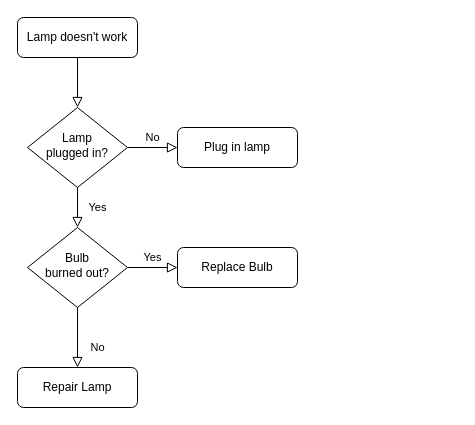
Earlier version of the draw.io diagram 第一个流程图.drawio (YeJiaL/draw.io). Source tidied: cells renumbered, new cells numbered last; positions are measured from the earlier drawing's top-left corner, leaving out a move shared by most shapes. Both pictures are drawn from the tidied source at 100%, with x=0, y=0 at pixel (17, 17).
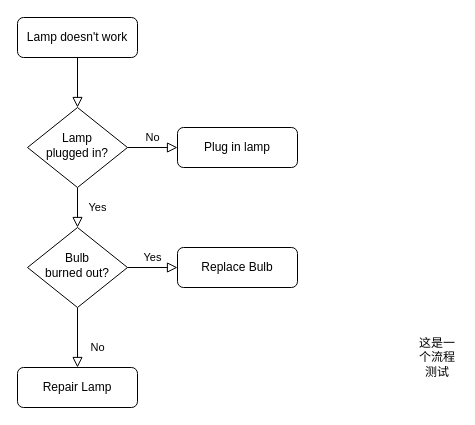
Above is the later version.

Commit message:
更新第一个流程图.drawio

Diff of the diagram source:
```diff
@@
 <mxGraphModel>
   <root>
     <mxCell id="0" />
     <mxCell id="1" parent="0" />
     <mxCell id="2" style="rounded=0;html=1;jettySize=auto;fontSize=11;endArrow=block;endFill=0;endSize=8;strokeWidth=1;shadow=0;labelBackgroundColor=none;edgeStyle=orthogonalEdgeStyle;" parent="1" edge="1" source="3" target="6">
       <mxGeometry relative="1" as="geometry" />
     </mxCell>
     <mxCell id="3" value="Lamp doesn't work" style="rounded=1;whiteSpace=wrap;html=1;fontSize=12;glass=0;strokeWidth=1;shadow=0;" parent="1" vertex="1">
       <mxGeometry width="120" height="40" as="geometry" />
     </mxCell>
     <mxCell id="4" value="Yes" style="rounded=0;html=1;jettySize=auto;fontSize=11;endArrow=block;endFill=0;endSize=8;strokeWidth=1;shadow=0;labelBackgroundColor=none;edgeStyle=orthogonalEdgeStyle;" parent="1" edge="1" source="6" target="10">
       <mxGeometry y="20" relative="1" as="geometry" />
     </mxCell>
     <mxCell id="5" value="No" style="edgeStyle=orthogonalEdgeStyle;rounded=0;html=1;jettySize=auto;fontSize=11;endArrow=block;endFill=0;endSize=8;strokeWidth=1;shadow=0;labelBackgroundColor=none;" parent="1" edge="1" source="6" target="7">
       <mxGeometry y="10" relative="1" as="geometry" />
     </mxCell>
     <mxCell id="6" value="Lamp&lt;br&gt;plugged in?" style="rhombus;whiteSpace=wrap;html=1;shadow=0;fontFamily=Helvetica;fontSize=12;align=center;strokeWidth=1;spacing=6;spacingTop=-4;" parent="1" vertex="1">
       <mxGeometry x="10" y="90" width="100" height="80" as="geometry" />
     </mxCell>
     <mxCell id="7" value="Plug in lamp" style="rounded=1;whiteSpace=wrap;html=1;fontSize=12;glass=0;strokeWidth=1;shadow=0;" parent="1" vertex="1">
       <mxGeometry x="160" y="110" width="120" height="40" as="geometry" />
     </mxCell>
     <mxCell id="8" value="No" style="rounded=0;html=1;jettySize=auto;fontSize=11;endArrow=block;endFill=0;endSize=8;strokeWidth=1;shadow=0;labelBackgroundColor=none;edgeStyle=orthogonalEdgeStyle;" parent="1" edge="1" source="10" target="11">
       <mxGeometry x="0.33" y="20" relative="1" as="geometry" />
     </mxCell>
     <mxCell id="9" value="Yes" style="edgeStyle=orthogonalEdgeStyle;rounded=0;html=1;jettySize=auto;fontSize=11;endArrow=block;endFill=0;endSize=8;strokeWidth=1;shadow=0;labelBackgroundColor=none;" parent="1" edge="1" source="10" target="12">
       <mxGeometry y="10" relative="1" as="geometry" />
     </mxCell>
     <mxCell id="10" value="Bulb&lt;br&gt;burned out?" style="rhombus;whiteSpace=wrap;html=1;shadow=0;fontFamily=Helvetica;fontSize=12;align=center;strokeWidth=1;spacing=6;spacingTop=-4;" parent="1" vertex="1">
       <mxGeometry x="10" y="210" width="100" height="80" as="geometry" />
     </mxCell>
     <mxCell id="11" value="Repair Lamp" style="rounded=1;whiteSpace=wrap;html=1;fontSize=12;glass=0;strokeWidth=1;shadow=0;" parent="1" vertex="1">
       <mxGeometry y="350" width="120" height="40" as="geometry" />
     </mxCell>
     <mxCell id="12" value="Replace Bulb" style="rounded=1;whiteSpace=wrap;html=1;fontSize=12;glass=0;strokeWidth=1;shadow=0;" parent="1" vertex="1">
       <mxGeometry x="160" y="230" width="120" height="40" as="geometry" />
     </mxCell>
+    <mxCell id="13" value="这是一个流程测试" style="text;html=1;strokeColor=none;fillColor=none;align=center;verticalAlign=middle;whiteSpace=wrap;rounded=0;" parent="1" vertex="1">
+      <mxGeometry x="400" y="330" width="40" height="20" as="geometry" />
+    </mxCell>
   </root>
 </mxGraphModel>
```
